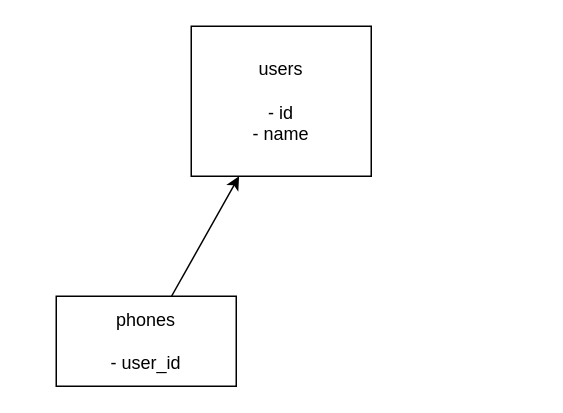
Earlier version of the draw.io diagram 名称未設定ファイル.drawio (tecyokomichi/WebApplictionLearning). Source tidied: cells renumbered, new cells numbered last; positions are measured from the earlier drawing's top-left corner, leaving out a move shared by most shapes. Both pictures are drawn from the tidied source at 150%, with x=0, y=0 at pixel (56, 26).
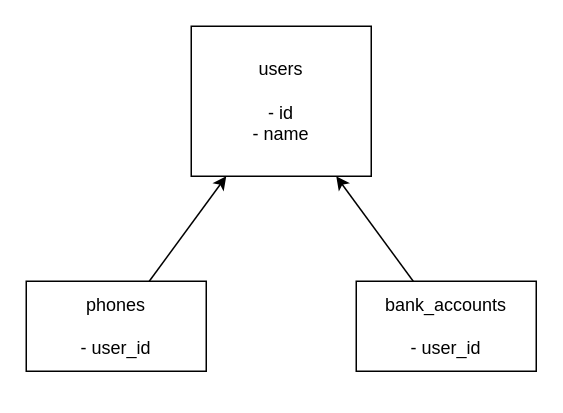
Above is the later version.

Commit message:
bank_accounts を追加

Change to the diagram source:
```diff
@@
 <mxGraphModel>
   <root>
     <mxCell id="0" />
     <mxCell id="1" parent="0" />
     <mxCell id="2" value="users&lt;br&gt;&lt;br&gt;- id&lt;br&gt;- name" style="rounded=0;whiteSpace=wrap;html=1;" parent="1" vertex="1">
       <mxGeometry x="90" width="120" height="100" as="geometry" />
     </mxCell>
     <mxCell id="3" style="rounded=0;jettySize=auto;html=1;" parent="1" edge="1" source="4" target="2">
       <mxGeometry relative="1" as="geometry" />
     </mxCell>
     <mxCell id="4" value="phones&lt;br&gt;&lt;br&gt;- user_id&lt;br&gt;" style="rounded=0;whiteSpace=wrap;html=1;" parent="1" vertex="1">
-      <mxGeometry y="180" width="120" height="60" as="geometry" />
+      <mxGeometry x="-20" y="170" width="120" height="60" as="geometry" />
     </mxCell>
+    <mxCell id="5" style="rounded=0;jettySize=auto;html=1;" parent="1" edge="1" source="6" target="2">
+      <mxGeometry relative="1" as="geometry" />
+    </mxCell>
+    <mxCell id="6" value="bank_accounts&lt;br&gt;&lt;br&gt;- user_id&lt;br&gt;" style="rounded=0;whiteSpace=wrap;html=1;" parent="1" vertex="1">
+      <mxGeometry x="200" y="170" width="120" height="60" as="geometry" />
+    </mxCell>
   </root>
 </mxGraphModel>
```
